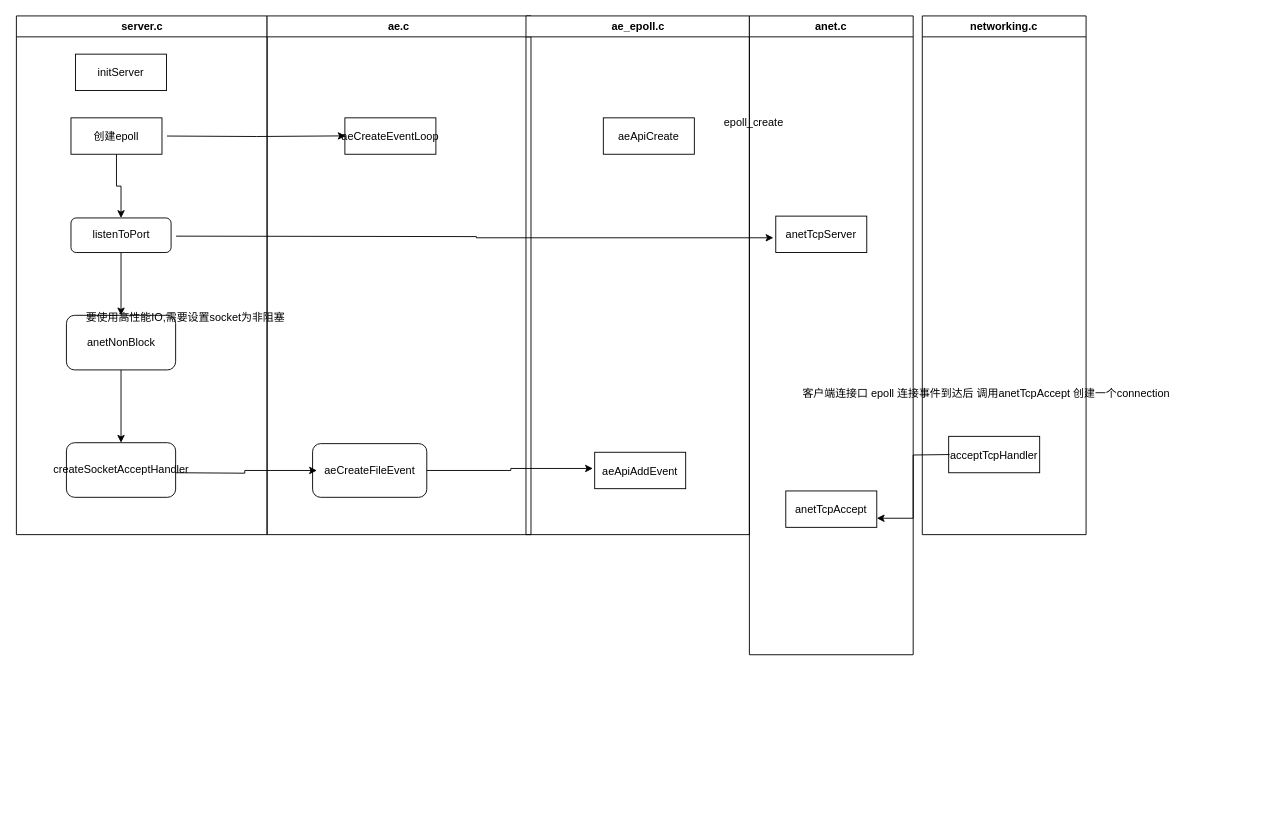
This is 未命名绘图.drawio from dawnq5/draw.io, a draw.io file, before an edit. Source tidied: cells renumbered, new cells numbered last; positions are measured from the earlier drawing's top-left corner, leaving out a move shared by most shapes. Both pictures are drawn from the tidied source at 91%, with x=0, y=0 at pixel (15, 15).
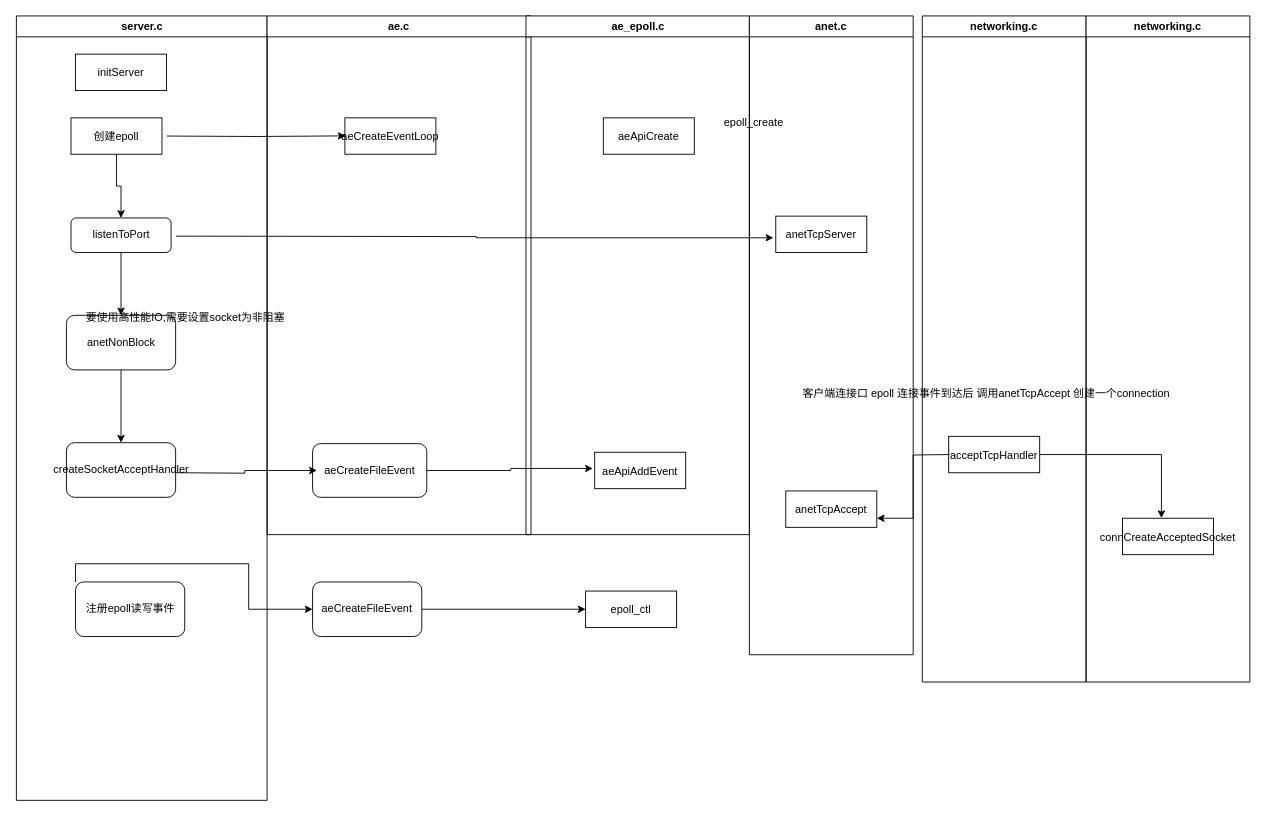
After the change.

Commit message (it also covers changes not shown here):
更新未命名绘图.drawio

Unchanged cells that the change refers to:
```xml
<mxCell id="27" value="acceptTcpHandler" parent="26" vertex="1">
  <mxGeometry x="29" y="462" width="100" height="40" as="geometry" />
</mxCell>
```

The edit, as a diff of the source:
```diff
@@
     <mxCell id="2" value="server.c" style="swimlane;whiteSpace=wrap;" parent="1" vertex="1">
-      <mxGeometry x="0.5" width="275.5" height="570" as="geometry" />
+      <mxGeometry x="0.5" width="275.5" height="862" as="geometry" />
     </mxCell>
@@
+    <mxCell id="30" value="注册epoll读写事件" style="rounded=1;whiteSpace=wrap;html=1;" parent="2" vertex="1">
+      <mxGeometry x="65" y="622" width="120" height="60" as="geometry" />
+    </mxCell>
@@
     <mxCell id="26" value="networking.c" style="swimlane;whiteSpace=wrap;" parent="1" vertex="1">
-      <mxGeometry x="996" width="180" height="570" as="geometry" />
+      <mxGeometry x="996" width="180" height="732" as="geometry" />
     </mxCell>
@@
+    <mxCell id="31" value="networking.c" style="swimlane;whiteSpace=wrap;" parent="1" vertex="1">
+      <mxGeometry x="1176" width="180" height="732" as="geometry" />
+    </mxCell>
+    <mxCell id="32" value="connCreateAcceptedSocket" parent="31" vertex="1">
+      <mxGeometry x="40" y="552" width="100" height="40" as="geometry" />
+    </mxCell>
+    <mxCell id="33" style="edgeStyle=orthogonalEdgeStyle;rounded=0;jettySize=auto;html=1;entryX=0.428;entryY=-0.005;entryDx=0;entryDy=0;entryPerimeter=0;" parent="1" edge="1" source="27" target="32">
+      <mxGeometry relative="1" as="geometry" />
+    </mxCell>
+    <mxCell id="34" style="edgeStyle=orthogonalEdgeStyle;rounded=0;jettySize=auto;html=1;entryX=0;entryY=0.5;entryDx=0;entryDy=0;entryPerimeter=0;" parent="1" edge="1" source="35" target="37">
+      <mxGeometry relative="1" as="geometry" />
+    </mxCell>
+    <mxCell id="35" value="aeCreateFileEvent" style="whiteSpace=wrap;html=1;rounded=1;" parent="1" vertex="1">
+      <mxGeometry x="326" y="622" width="120" height="60" as="geometry" />
+    </mxCell>
+    <mxCell id="36" style="edgeStyle=orthogonalEdgeStyle;rounded=0;jettySize=auto;html=1;exitX=0;exitY=0;exitDx=0;exitDy=0;" parent="1" edge="1" source="30" target="35">
+      <mxGeometry relative="1" as="geometry" />
+    </mxCell>
+    <mxCell id="37" value="epoll_ctl" parent="1" vertex="1">
+      <mxGeometry x="626" y="632" width="100" height="40" as="geometry" />
+    </mxCell>
```
